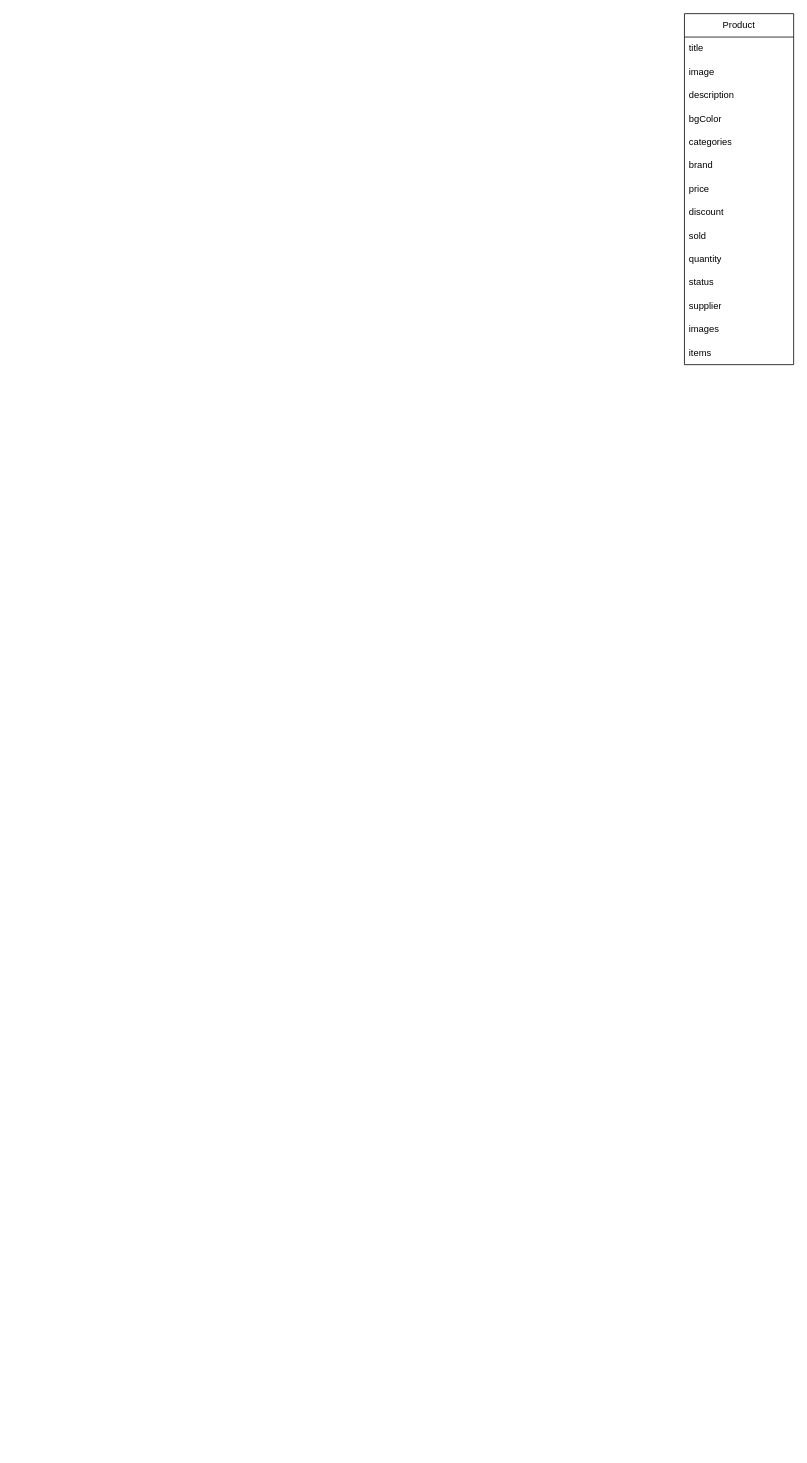
Earlier version of the draw.io diagram docs/ProductModel.drawio (hexason/hexason_main). Source tidied: cells renumbered, new cells numbered last; positions are measured from the earlier drawing's top-left corner, leaving out a move shared by most shapes. Both pictures are drawn from the tidied source at 78%, with x=0, y=0 at pixel (684, 13).
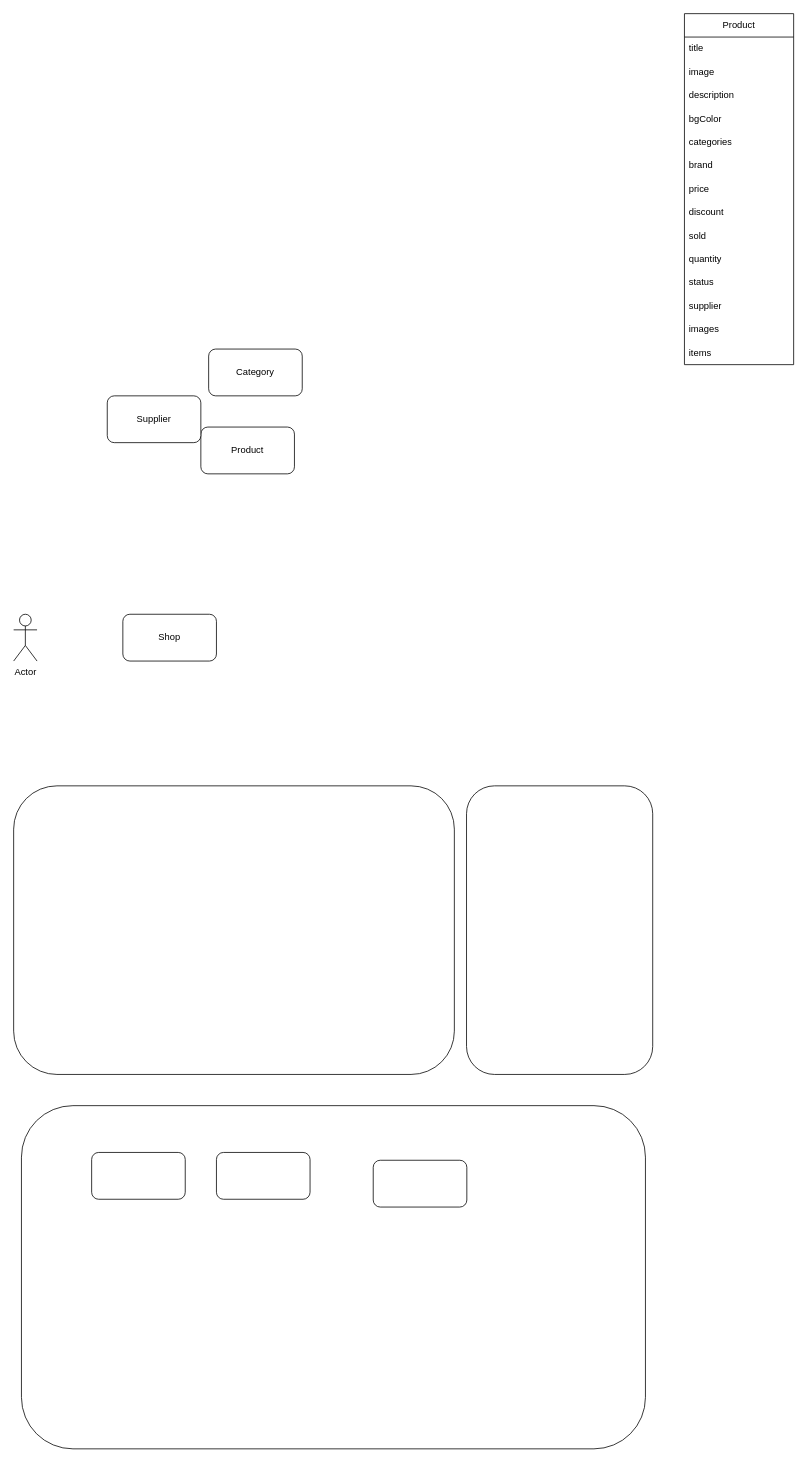
The same diagram, later.

The edit, as a diff of the source:
```diff
@@
+    <mxCell id="17" value="Actor" style="shape=umlActor;verticalLabelPosition=bottom;verticalAlign=top;html=1;" parent="1" vertex="1">
+      <mxGeometry x="-860" y="770" width="30" height="60" as="geometry" />
+    </mxCell>
+    <mxCell id="18" value="Product" style="rounded=1;whiteSpace=wrap;html=1;" parent="1" vertex="1">
+      <mxGeometry x="-620" y="530" width="120" height="60" as="geometry" />
+    </mxCell>
+    <mxCell id="19" value="Supplier" style="rounded=1;whiteSpace=wrap;html=1;" parent="1" vertex="1">
+      <mxGeometry x="-740" y="490" width="120" height="60" as="geometry" />
+    </mxCell>
+    <mxCell id="20" value="Category" style="rounded=1;whiteSpace=wrap;html=1;" parent="1" vertex="1">
+      <mxGeometry x="-610" y="430" width="120" height="60" as="geometry" />
+    </mxCell>
+    <mxCell id="21" value="Shop" style="rounded=1;whiteSpace=wrap;html=1;" parent="1" vertex="1">
+      <mxGeometry x="-720" y="770" width="120" height="60" as="geometry" />
+    </mxCell>
+    <mxCell id="22" style="rounded=1;whiteSpace=wrap;html=1;" parent="1" vertex="1">
+      <mxGeometry x="-860" y="990" width="565" height="370" as="geometry" />
+    </mxCell>
+    <mxCell id="23" style="rounded=1;whiteSpace=wrap;html=1;" parent="1" vertex="1">
+      <mxGeometry x="-279.4" y="990" width="238.7" height="370" as="geometry" />
+    </mxCell>
+    <mxCell id="24" style="rounded=1;whiteSpace=wrap;html=1;" parent="1" vertex="1">
+      <mxGeometry x="-850" y="1400" width="800" height="440" as="geometry" />
+    </mxCell>
+    <mxCell id="25" style="rounded=1;whiteSpace=wrap;html=1;" parent="1" vertex="1">
+      <mxGeometry x="-760" y="1460" width="120" height="60" as="geometry" />
+    </mxCell>
+    <mxCell id="26" style="rounded=1;whiteSpace=wrap;html=1;" parent="1" vertex="1">
+      <mxGeometry x="-600" y="1460" width="120" height="60" as="geometry" />
+    </mxCell>
+    <mxCell id="27" style="rounded=1;whiteSpace=wrap;html=1;" parent="1" vertex="1">
+      <mxGeometry x="-399" y="1470" width="120" height="60" as="geometry" />
+    </mxCell>
```
